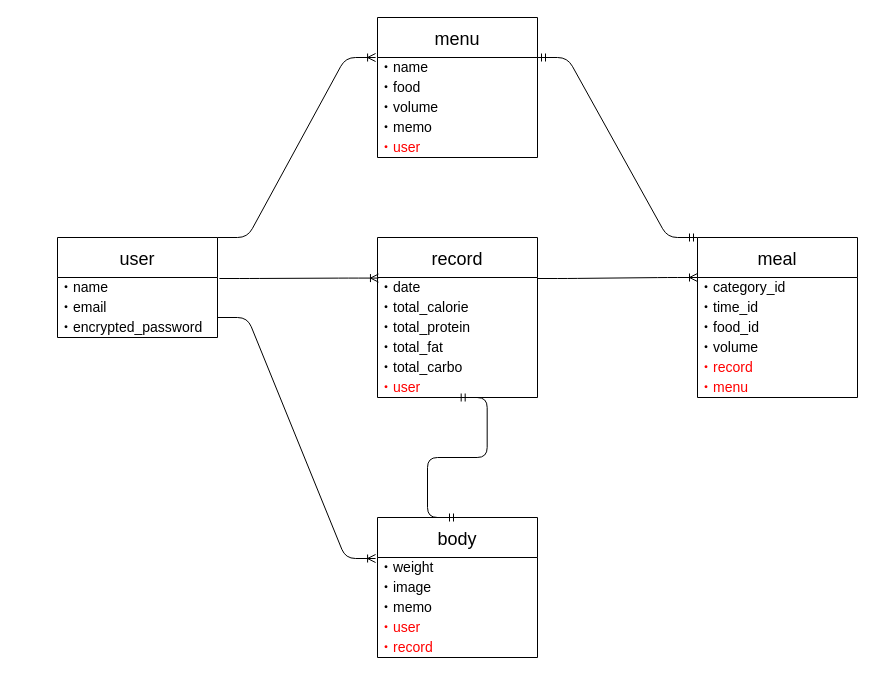
Earlier version of the draw.io diagram Draw.io/ER.dio (YamAtsu16/DietApp). Source tidied: cells renumbered, new cells numbered last; positions are measured from the earlier drawing's top-left corner, leaving out a move shared by most shapes. Both pictures are drawn from the tidied source at 100%, with x=0, y=0 at pixel (57, 17).
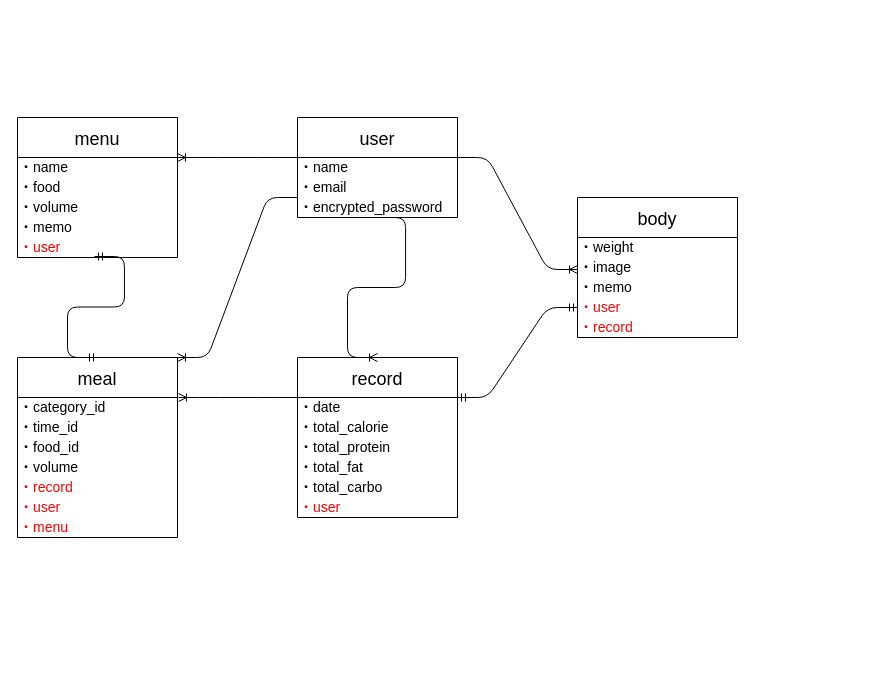
The same page after the edit.

The change refers to these unchanged cells:
```xml
<mxCell id="7" value="・weight" style="text;html=1;align=left;verticalAlign=middle;points=[];strokeColor=none;fillColor=none;fontSize=14;" parent="6" vertex="1">
  <mxGeometry y="40" width="160" height="20" as="geometry" />
</mxCell>
<mxCell id="8" value="・image" style="text;html=1;align=left;verticalAlign=middle;points=[];strokeColor=none;fillColor=none;fontSize=14;" parent="6" vertex="1">
  <mxGeometry y="60" width="160" height="20" as="geometry" />
</mxCell>
<mxCell id="10" value="&lt;font color=&quot;#ff0000&quot;&gt;・user&lt;/font&gt;" style="text;html=1;align=left;verticalAlign=middle;points=[];strokeColor=none;fillColor=none;fontSize=14;" parent="6" vertex="1">
  <mxGeometry y="100" width="160" height="20" as="geometry" />
</mxCell>
<mxCell id="13" value="・category_id" style="text;html=1;align=left;verticalAlign=middle;points=[];strokeColor=none;fillColor=none;fontSize=14;" parent="12" vertex="1">
  <mxGeometry y="40" width="160" height="20" as="geometry" />
</mxCell>
<mxCell id="24" value="&lt;font color=&quot;#ff0000&quot;&gt;・user&lt;/font&gt;" style="text;html=1;align=left;verticalAlign=middle;points=[];strokeColor=none;fillColor=none;fontSize=14;" parent="19" vertex="1">
  <mxGeometry y="120" width="160" height="20" as="geometry" />
</mxCell>
<mxCell id="31" value="・date" style="text;html=1;align=left;verticalAlign=middle;points=[];strokeColor=none;fillColor=none;fontSize=14;" parent="30" vertex="1">
  <mxGeometry y="40" width="160" height="20" as="geometry" />
</mxCell>
```

What changed in the source:
```diff
@@
-    <mxCell id="2" value="user" style="swimlane;fontStyle=0;horizontal=1;startSize=40;align=center;fontSize=18;fillColor=none;" parent="1" vertex="1">
-      <mxGeometry y="220" width="160" height="100" as="geometry" />
-    </mxCell>
-    <mxCell id="3" value="・name" style="text;html=1;align=left;verticalAlign=middle;points=[];strokeColor=none;fillColor=none;fontSize=14;" parent="2" vertex="1">
-      <mxGeometry y="40" width="160" height="20" as="geometry" />
-    </mxCell>
+    <mxCell id="18" value="user" style="swimlane;fontStyle=0;horizontal=1;startSize=40;align=center;fontSize=18;fillColor=none;" parent="1" vertex="1">
+      <mxGeometry x="240" y="100" width="160" height="100" as="geometry" />
+    </mxCell>
+    <mxCell id="38" value="・name" style="text;html=1;align=left;verticalAlign=middle;points=[];strokeColor=none;fillColor=none;fontSize=14;" parent="18" vertex="1">
+      <mxGeometry y="40" width="160" height="20" as="geometry" />
+    </mxCell>
-    <mxCell id="4" value="・email" style="text;html=1;align=left;verticalAlign=middle;points=[];strokeColor=none;fillColor=none;fontSize=14;" parent="2" vertex="1">
+    <mxCell id="4" value="・email" style="text;html=1;align=left;verticalAlign=middle;points=[];strokeColor=none;fillColor=none;fontSize=14;" parent="18" vertex="1">
       <mxGeometry y="60" width="160" height="20" as="geometry" />
     </mxCell>
-    <mxCell id="5" value="・encrypted_password" style="text;html=1;align=left;verticalAlign=middle;points=[];strokeColor=none;fillColor=none;fontSize=14;" parent="2" vertex="1">
+    <mxCell id="5" value="・encrypted_password" style="text;html=1;align=left;verticalAlign=middle;points=[];strokeColor=none;fillColor=none;fontSize=14;" parent="18" vertex="1">
       <mxGeometry y="80" width="160" height="20" as="geometry" />
     </mxCell>
     <mxCell id="6" value="body" style="swimlane;fontStyle=0;horizontal=1;startSize=40;align=center;fontSize=18;fillColor=none;" parent="1" vertex="1">
-      <mxGeometry x="320" y="500" width="160" height="140" as="geometry" />
+      <mxGeometry x="520" y="180" width="160" height="140" as="geometry" />
     </mxCell>
@@
-    <mxCell id="11" value="&lt;font color=&quot;#ff0000&quot;&gt;・record&lt;/font&gt;" style="text;html=1;align=left;verticalAlign=middle;strokeColor=none;fillColor=none;fontSize=14;" parent="6" vertex="1">
-      <mxGeometry y="120" width="160" height="20" as="geometry" />
-    </mxCell>
+    <mxCell id="39" value="&lt;font color=&quot;#ff0000&quot;&gt;・record&lt;/font&gt;" style="text;html=1;align=left;verticalAlign=middle;strokeColor=none;fillColor=none;fontSize=14;" parent="6" vertex="1">
+      <mxGeometry y="120" width="160" height="20" as="geometry" />
+    </mxCell>
     <mxCell id="12" value="meal" style="swimlane;fontStyle=0;horizontal=1;startSize=40;align=center;fontSize=18;fillColor=none;" parent="1" vertex="1">
-      <mxGeometry x="640" y="220" width="160" height="160" as="geometry" />
+      <mxGeometry x="-40" y="340" width="160" height="180" as="geometry" />
     </mxCell>
@@
-    <mxCell id="17" value="&lt;font color=&quot;#ff0000&quot;&gt;・record&lt;/font&gt;" style="text;html=1;align=left;verticalAlign=middle;strokeColor=none;fillColor=none;fontSize=14;" parent="12" vertex="1">
-      <mxGeometry y="120" width="160" height="20" as="geometry" />
-    </mxCell>
-    <mxCell id="18" value="&lt;font color=&quot;#ff0000&quot;&gt;・menu&lt;/font&gt;" style="text;html=1;align=left;verticalAlign=middle;strokeColor=none;fillColor=none;fontSize=14;" parent="12" vertex="1">
-      <mxGeometry y="140" width="160" height="20" as="geometry" />
-    </mxCell>
+    <mxCell id="40" value="&lt;font color=&quot;#ff0000&quot;&gt;・record&lt;/font&gt;" style="text;html=1;align=left;verticalAlign=middle;strokeColor=none;fillColor=none;fontSize=14;" parent="12" vertex="1">
+      <mxGeometry y="120" width="160" height="20" as="geometry" />
+    </mxCell>
+    <mxCell id="41" value="&lt;font color=&quot;#ff0000&quot;&gt;・user&lt;/font&gt;" style="text;html=1;align=left;verticalAlign=middle;strokeColor=none;fillColor=none;fontSize=14;" parent="12" vertex="1">
+      <mxGeometry y="140" width="160" height="20" as="geometry" />
+    </mxCell>
+    <mxCell id="42" value="&lt;font color=&quot;#ff0000&quot;&gt;・menu&lt;/font&gt;" style="text;html=1;align=left;verticalAlign=middle;strokeColor=none;fillColor=none;fontSize=14;" parent="12" vertex="1">
+      <mxGeometry y="160" width="160" height="20" as="geometry" />
+    </mxCell>
     <mxCell id="19" value="menu" style="swimlane;fontStyle=0;horizontal=1;startSize=40;align=center;fontSize=18;fillColor=none;" parent="1" vertex="1">
-      <mxGeometry x="320" width="160" height="140" as="geometry" />
+      <mxGeometry x="-40" y="100" width="160" height="140" as="geometry" />
     </mxCell>
-    <mxCell id="20" value="・name" style="text;html=1;align=left;verticalAlign=middle;points=[];strokeColor=none;fillColor=none;fontSize=14;" parent="19" vertex="1">
-      <mxGeometry y="40" width="160" height="20" as="geometry" />
-    </mxCell>
+    <mxCell id="43" value="・name" style="text;html=1;align=left;verticalAlign=middle;points=[];strokeColor=none;fillColor=none;fontSize=14;" parent="19" vertex="1">
+      <mxGeometry y="40" width="160" height="20" as="geometry" />
+    </mxCell>
@@
-    <mxCell id="25" style="edgeStyle=entityRelationEdgeStyle;fontSize=12;html=1;endArrow=ERoneToMany;entryX=-0.012;entryY=0.05;entryDx=0;entryDy=0;exitX=1;exitY=1;exitDx=0;exitDy=0;entryPerimeter=0;exitPerimeter=0;" parent="1" edge="1" source="4" target="7">
-      <mxGeometry relative="1" as="geometry" />
-    </mxCell>
-    <mxCell id="26" style="edgeStyle=entityRelationEdgeStyle;fontSize=12;html=1;endArrow=ERoneToMany;exitX=1;exitY=0;exitDx=0;exitDy=0;entryX=-0.012;entryY=0;entryDx=0;entryDy=0;entryPerimeter=0;" parent="1" edge="1" source="2" target="20">
-      <mxGeometry relative="1" as="geometry" />
-    </mxCell>
-    <mxCell id="27" style="edgeStyle=entityRelationEdgeStyle;fontSize=12;html=1;endArrow=ERoneToMany;exitX=1.012;exitY=0.05;exitDx=0;exitDy=0;entryX=0.006;entryY=0.029;entryDx=0;entryDy=0;entryPerimeter=0;exitPerimeter=0;" parent="1" edge="1" source="3" target="31">
-      <mxGeometry relative="1" as="geometry" />
-    </mxCell>
-    <mxCell id="28" style="edgeStyle=entityRelationEdgeStyle;fontSize=12;html=1;endArrow=ERmandOne;startArrow=ERmandOne;exitX=0;exitY=0;exitDx=0;exitDy=0;entryX=1;entryY=0;entryDx=0;entryDy=0;entryPerimeter=0;" parent="1" edge="1" source="12" target="20">
-      <mxGeometry relative="1" as="geometry" />
-    </mxCell>
-    <mxCell id="29" style="edgeStyle=entityRelationEdgeStyle;fontSize=12;html=1;endArrow=ERmandOne;startArrow=ERmandOne;entryX=0.498;entryY=1;entryDx=0;entryDy=0;entryPerimeter=0;exitX=0.5;exitY=0;exitDx=0;exitDy=0;" parent="1" edge="1" source="6" target="36">
-      <mxGeometry relative="1" as="geometry" />
-    </mxCell>
+    <mxCell id="44" style="edgeStyle=entityRelationEdgeStyle;fontSize=12;html=1;endArrow=ERoneToMany;entryX=0;entryY=0.6;entryDx=0;entryDy=0;exitX=1;exitY=0;exitDx=0;exitDy=0;exitPerimeter=0;entryPerimeter=0;" parent="1" edge="1" source="38" target="8">
+      <mxGeometry relative="1" as="geometry" />
+    </mxCell>
+    <mxCell id="45" style="edgeStyle=entityRelationEdgeStyle;fontSize=12;html=1;endArrow=ERoneToMany;exitX=0;exitY=0;exitDx=0;exitDy=0;exitPerimeter=0;entryX=1;entryY=0;entryDx=0;entryDy=0;entryPerimeter=0;" parent="1" edge="1" source="38" target="43">
+      <mxGeometry relative="1" as="geometry" />
+    </mxCell>
+    <mxCell id="46" style="edgeStyle=entityRelationEdgeStyle;fontSize=12;html=1;endArrow=ERoneToMany;entryX=0.5;entryY=0;entryDx=0;entryDy=0;exitX=0.488;exitY=1;exitDx=0;exitDy=0;exitPerimeter=0;" parent="1" edge="1" source="5" target="30">
+      <mxGeometry relative="1" as="geometry" />
+    </mxCell>
+    <mxCell id="47" style="edgeStyle=entityRelationEdgeStyle;fontSize=12;html=1;endArrow=ERmandOne;startArrow=ERmandOne;exitX=0.5;exitY=0;exitDx=0;exitDy=0;entryX=0.481;entryY=0.95;entryDx=0;entryDy=0;entryPerimeter=0;" parent="1" edge="1" source="12" target="24">
+      <mxGeometry relative="1" as="geometry" />
+    </mxCell>
+    <mxCell id="48" style="edgeStyle=entityRelationEdgeStyle;fontSize=12;html=1;endArrow=ERmandOne;startArrow=ERmandOne;entryX=1;entryY=0;entryDx=0;entryDy=0;entryPerimeter=0;exitX=0;exitY=0.5;exitDx=0;exitDy=0;exitPerimeter=0;" parent="1" edge="1" source="10" target="31">
+      <mxGeometry relative="1" as="geometry" />
+    </mxCell>
     <mxCell id="30" value="record" style="swimlane;fontStyle=0;horizontal=1;startSize=40;align=center;fontSize=18;fillColor=none;" parent="1" vertex="1">
-      <mxGeometry x="320" y="220" width="160" height="160" as="geometry" />
+      <mxGeometry x="240" y="340" width="160" height="160" as="geometry" />
     </mxCell>
@@
-    <mxCell id="36" value="&lt;font color=&quot;#ff0000&quot;&gt;・user&lt;/font&gt;" style="text;html=1;align=left;verticalAlign=middle;points=[];strokeColor=none;fillColor=none;fontSize=14;" parent="30" vertex="1">
-      <mxGeometry y="140" width="160" height="20" as="geometry" />
-    </mxCell>
-    <mxCell id="37" style="edgeStyle=entityRelationEdgeStyle;fontSize=12;html=1;endArrow=ERoneToMany;entryX=0;entryY=0;entryDx=0;entryDy=0;entryPerimeter=0;exitX=1;exitY=0.05;exitDx=0;exitDy=0;exitPerimeter=0;" parent="1" edge="1" source="31" target="13">
-      <mxGeometry relative="1" as="geometry" />
-    </mxCell>
+    <mxCell id="49" value="&lt;font color=&quot;#ff0000&quot;&gt;・user&lt;/font&gt;" style="text;html=1;align=left;verticalAlign=middle;strokeColor=none;fillColor=none;fontSize=14;" parent="30" vertex="1">
+      <mxGeometry y="140" width="160" height="20" as="geometry" />
+    </mxCell>
+    <mxCell id="50" style="edgeStyle=entityRelationEdgeStyle;fontSize=12;html=1;endArrow=ERoneToMany;exitX=0;exitY=0.25;exitDx=0;exitDy=0;entryX=1.006;entryY=0;entryDx=0;entryDy=0;entryPerimeter=0;" parent="1" edge="1" source="30" target="13">
+      <mxGeometry relative="1" as="geometry" />
+    </mxCell>
+    <mxCell id="51" style="edgeStyle=entityRelationEdgeStyle;fontSize=12;html=1;endArrow=ERoneToMany;exitX=0;exitY=1;exitDx=0;exitDy=0;exitPerimeter=0;entryX=1;entryY=0;entryDx=0;entryDy=0;" parent="1" edge="1" source="4" target="12">
+      <mxGeometry relative="1" as="geometry" />
+    </mxCell>
```
